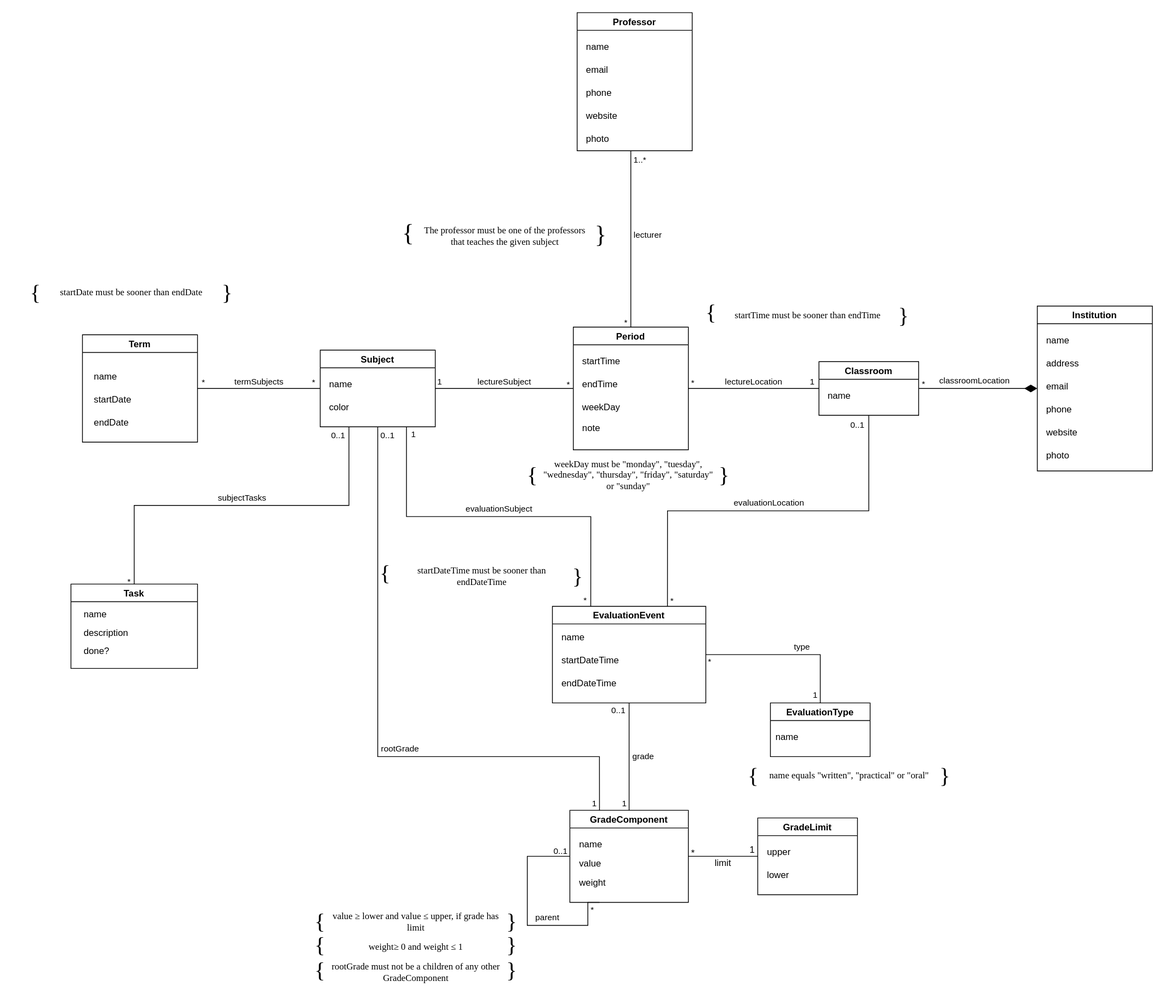
The draw.io diagram docs/uml.svg in dendinho-e-bolinha/bd, before a commit. Source tidied: cells renumbered, new cells last; positions are measured from the earlier drawing's top-left corner, leaving out a move shared by most shapes.
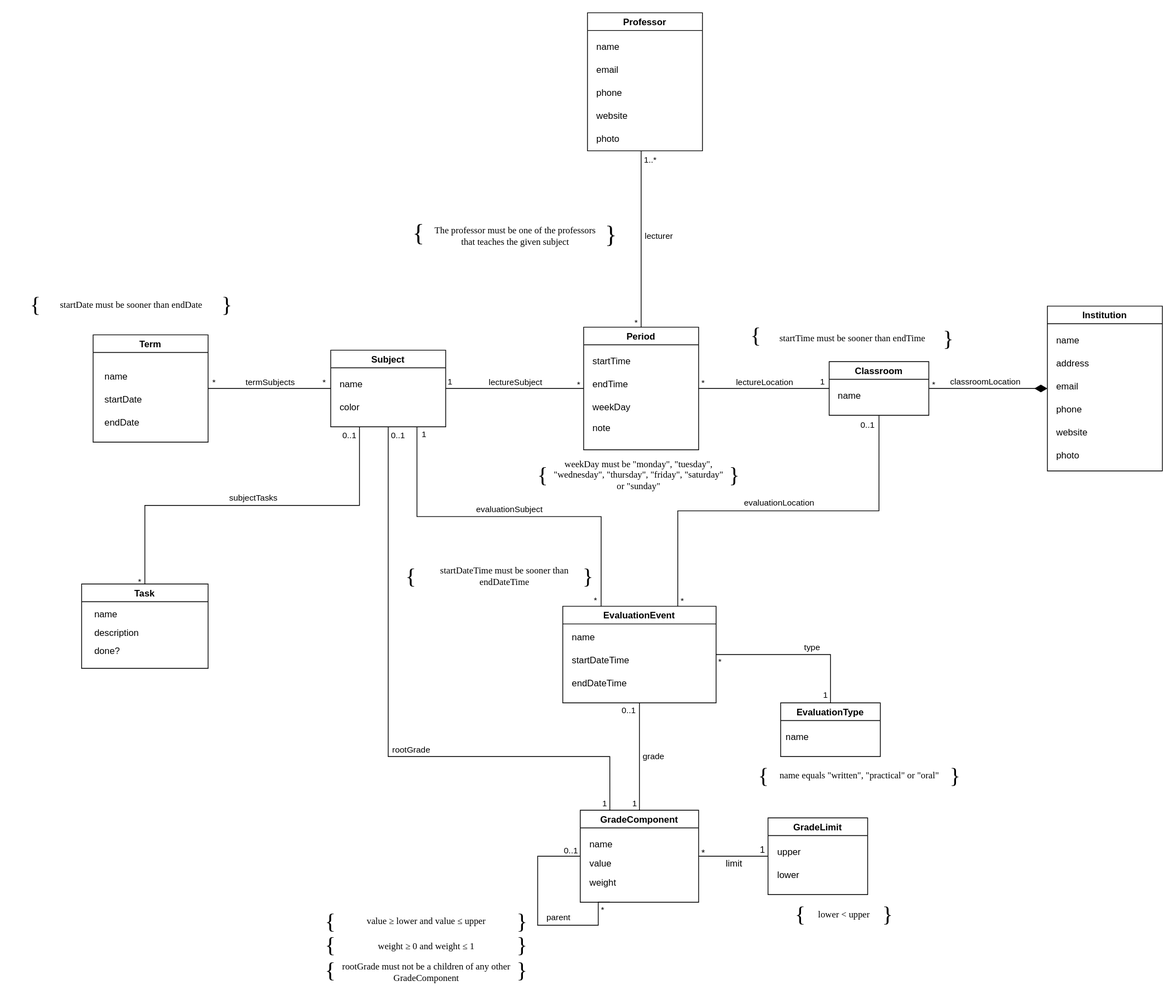
The same diagram one commit later.

Commit message:
docs: :memo: update uml image

What changed in the source:
```diff
@@ -369,7 +369,7 @@
     <mxCell id="99" value="*" style="edgeLabel;html=1;align=left;verticalAlign=bottom;labelBackgroundColor=none;" parent="1" vertex="1">
       <mxGeometry x="1184.3" y="492.5" as="geometry" />
     </mxCell>
-    <mxCell id="100" value="value ≥ lower and value ≤ upper, if grade has limit" style="text;html=1;strokeColor=none;fillColor=none;align=center;verticalAlign=middle;whiteSpace=wrap;rounded=0;fontFamily=Verdana;" parent="1" vertex="1">
+    <mxCell id="100" value="value ≥ lower and value ≤ upper" style="text;html=1;strokeColor=none;fillColor=none;align=center;verticalAlign=middle;whiteSpace=wrap;rounded=0;fontFamily=Verdana;" parent="1" vertex="1">
       <mxGeometry x="411" y="1160" width="230" height="50" as="geometry" />
     </mxCell>
     <mxCell id="101" value="&lt;font face=&quot;Verdana&quot;&gt;}&lt;/font&gt;" style="text;html=1;strokeColor=none;fillColor=none;align=center;verticalAlign=middle;whiteSpace=wrap;rounded=0;fontSize=29;" parent="1" vertex="1">
@@ -384,7 +384,7 @@
     <mxCell id="104" value="&lt;font style=&quot;font-size: 29px;&quot; face=&quot;Verdana&quot;&gt;{&lt;/font&gt;" style="text;html=1;strokeColor=none;fillColor=none;align=center;verticalAlign=middle;whiteSpace=wrap;rounded=0;fontSize=29;" parent="1" vertex="1">
       <mxGeometry x="371" y="1201" width="60" height="30" as="geometry" />
     </mxCell>
-    <mxCell id="105" value="weight≥ 0 and weight ≤ 1 " style="text;html=1;strokeColor=none;fillColor=none;align=center;verticalAlign=middle;whiteSpace=wrap;rounded=0;fontFamily=Verdana;" parent="1" vertex="1">
+    <mxCell id="105" value="weight ≥ 0 and weight ≤ 1 " style="text;html=1;strokeColor=none;fillColor=none;align=center;verticalAlign=middle;whiteSpace=wrap;rounded=0;fontFamily=Verdana;" parent="1" vertex="1">
       <mxGeometry x="411" y="1193" width="230" height="50" as="geometry" />
     </mxCell>
     <mxCell id="106" style="endArrow=none;html=1;rounded=0;fontColor=default;exitX=0.5;exitY=1;exitDx=0;exitDy=0;entryX=0.25;entryY=0;entryDx=0;entryDy=0;edgeStyle=orthogonalEdgeStyle;endFill=0;" parent="1" edge="1" source="6" target="33">
@@ -437,25 +437,25 @@
       <mxGeometry x="250" width="60" height="50" as="geometry" />
     </mxCell>
     <mxCell id="118" value="startTime must be sooner than endTime" style="text;html=1;strokeColor=none;fillColor=none;align=center;verticalAlign=middle;whiteSpace=wrap;rounded=0;fontFamily=Verdana;" parent="1" vertex="1">
-      <mxGeometry x="922" y="370" width="230" height="50" as="geometry" />
+      <mxGeometry x="967" y="400" width="230" height="50" as="geometry" />
     </mxCell>
     <mxCell id="119" value="&lt;font face=&quot;Verdana&quot;&gt;}&lt;/font&gt;" style="text;html=1;strokeColor=none;fillColor=none;align=center;verticalAlign=middle;whiteSpace=wrap;rounded=0;fontSize=29;" parent="1" vertex="1">
-      <mxGeometry x="1132" y="380" width="60" height="30" as="geometry" />
+      <mxGeometry x="1177" y="410" width="60" height="30" as="geometry" />
     </mxCell>
     <mxCell id="120" value="&lt;font style=&quot;font-size: 29px;&quot; face=&quot;Verdana&quot;&gt;{&lt;/font&gt;" style="text;html=1;strokeColor=none;fillColor=none;align=center;verticalAlign=middle;whiteSpace=wrap;rounded=0;fontSize=29;" parent="1" vertex="1">
-      <mxGeometry x="881" y="376" width="60" height="30" as="geometry" />
+      <mxGeometry x="926" y="406" width="60" height="30" as="geometry" />
     </mxCell>
     <mxCell id="121" value="startDateTime must be sooner than endDateTime" style="text;html=1;strokeColor=none;fillColor=none;align=center;verticalAlign=middle;whiteSpace=wrap;rounded=0;fontFamily=Verdana;" parent="1" vertex="1">
-      <mxGeometry x="497" y="710" width="230" height="50" as="geometry" />
+      <mxGeometry x="513" y="710" width="230" height="50" as="geometry" />
     </mxCell>
     <mxCell id="122" value="&lt;font face=&quot;Verdana&quot;&gt;}&lt;/font&gt;" style="text;html=1;strokeColor=none;fillColor=none;align=center;verticalAlign=middle;whiteSpace=wrap;rounded=0;fontSize=29;" parent="1" vertex="1">
       <mxGeometry x="707" y="720" width="60" height="30" as="geometry" />
     </mxCell>
     <mxCell id="123" value="&lt;font style=&quot;font-size: 29px;&quot; face=&quot;Verdana&quot;&gt;{&lt;/font&gt;" style="text;html=1;strokeColor=none;fillColor=none;align=center;verticalAlign=middle;whiteSpace=wrap;rounded=0;fontSize=29;" parent="1" vertex="1">
-      <mxGeometry x="456" y="716" width="60" height="30" as="geometry" />
+      <mxGeometry x="476" y="720" width="60" height="30" as="geometry" />
     </mxCell>
     <mxCell id="124" style="group;" parent="1" vertex="1">
-      <mxGeometry y="340" width="310" height="50" as="geometry" />
+      <mxGeometry x="-14" y="356" width="310" height="50" as="geometry" />
     </mxCell>
     <mxCell id="125" value="startDate must be sooner than endDate" style="text;html=1;strokeColor=none;fillColor=none;align=center;verticalAlign=middle;whiteSpace=wrap;rounded=0;fontFamily=Verdana;" parent="124" vertex="1">
       <mxGeometry x="40" width="230" height="50" as="geometry" />
@@ -466,5 +466,14 @@
     <mxCell id="127" value="&lt;font face=&quot;Verdana&quot;&gt;}&lt;/font&gt;" style="text;html=1;strokeColor=none;fillColor=none;align=center;verticalAlign=middle;whiteSpace=wrap;rounded=0;fontSize=29;" parent="124" vertex="1">
       <mxGeometry x="250" width="60" height="50" as="geometry" />
     </mxCell>
+    <mxCell id="128" value="&lt;font face=&quot;Verdana&quot;&gt;}&lt;/font&gt;" style="text;html=1;strokeColor=none;fillColor=none;align=center;verticalAlign=middle;whiteSpace=wrap;rounded=0;fontSize=29;" parent="1" vertex="1">
+      <mxGeometry x="1098" y="1161" width="60" height="30" as="geometry" />
+    </mxCell>
+    <mxCell id="129" value="&lt;font style=&quot;font-size: 29px;&quot; face=&quot;Verdana&quot;&gt;{&lt;/font&gt;" style="text;html=1;strokeColor=none;fillColor=none;align=center;verticalAlign=middle;whiteSpace=wrap;rounded=0;fontSize=29;" parent="1" vertex="1">
+      <mxGeometry x="984.3" y="1161" width="60" height="30" as="geometry" />
+    </mxCell>
+    <mxCell id="130" value="lower &amp;lt; upper" style="text;html=1;strokeColor=none;fillColor=none;align=center;verticalAlign=middle;whiteSpace=wrap;rounded=0;fontFamily=Verdana;" parent="1" vertex="1">
+      <mxGeometry x="1036" y="1151" width="70" height="50" as="geometry" />
+    </mxCell>
   </root>
 </mxGraphModel>
```
